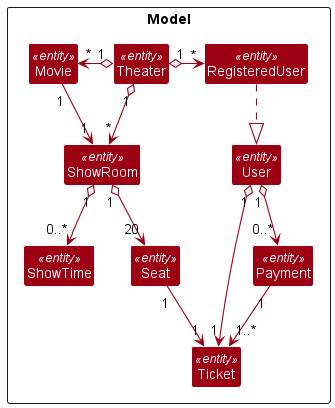
Before: Diagrams/Class Diagram.png, a diagram exported from PlantUML (sid-menon/ENSF480-FinalProj).
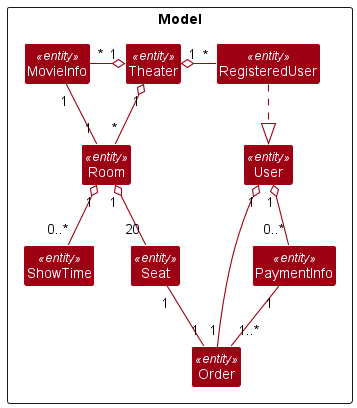
The same file after the commit.

Commit message:
Update Class Diagram png

Diff of the diagram source:
```diff
@@ -9,30 +9,30 @@
 
 Class User <<entity>>
 Class RegisteredUser <<entity>>
-Class Movie <<entity>>
+Class MovieInfo <<entity>>
 Class Theater <<entity>>
-Class ShowRoom <<entity>>
+Class Room <<entity>>
 Class ShowTime <<entity>>
 Class Seat <<entity>>
-Class Ticket <<entity>>
-Class Payment <<entity>>
+Class Order <<entity>>
+Class PaymentInfo <<entity>>
 }
 
 RegisteredUser .down.|> User
 
-User "1" o-down-> "0..*" Payment
-User "1" o-down-> "1" Ticket
+User "1" o-down- "0..*" PaymentInfo
+User "1" o-down- "1" Order
 
-Payment "1" --> "1..*" Ticket
+PaymentInfo "1" -- "1..*" Order
 
-Theater "1" o-right-> "*" RegisteredUser
-Theater "1" o-left-> "*" Movie
-Theater "1" o-down-> "*" ShowRoom
+Theater "1" o-right- "*" RegisteredUser
+Theater "1" o-left- "*" MovieInfo
+Theater "1" o-down- "*" Room
 
-Movie "1" -> "1" ShowRoom
+MovieInfo "1" - "1" Room
 
-ShowRoom "1" o--> "0..*" ShowTime
-ShowRoom "1" o-down-> "20" Seat
+Room "1" o-- "0..*" ShowTime
+Room "1" o-down- "20" Seat
 
-Seat "1" -down-> "1" Ticket
+Seat "1" -down- "1" Order
 @enduml
```
